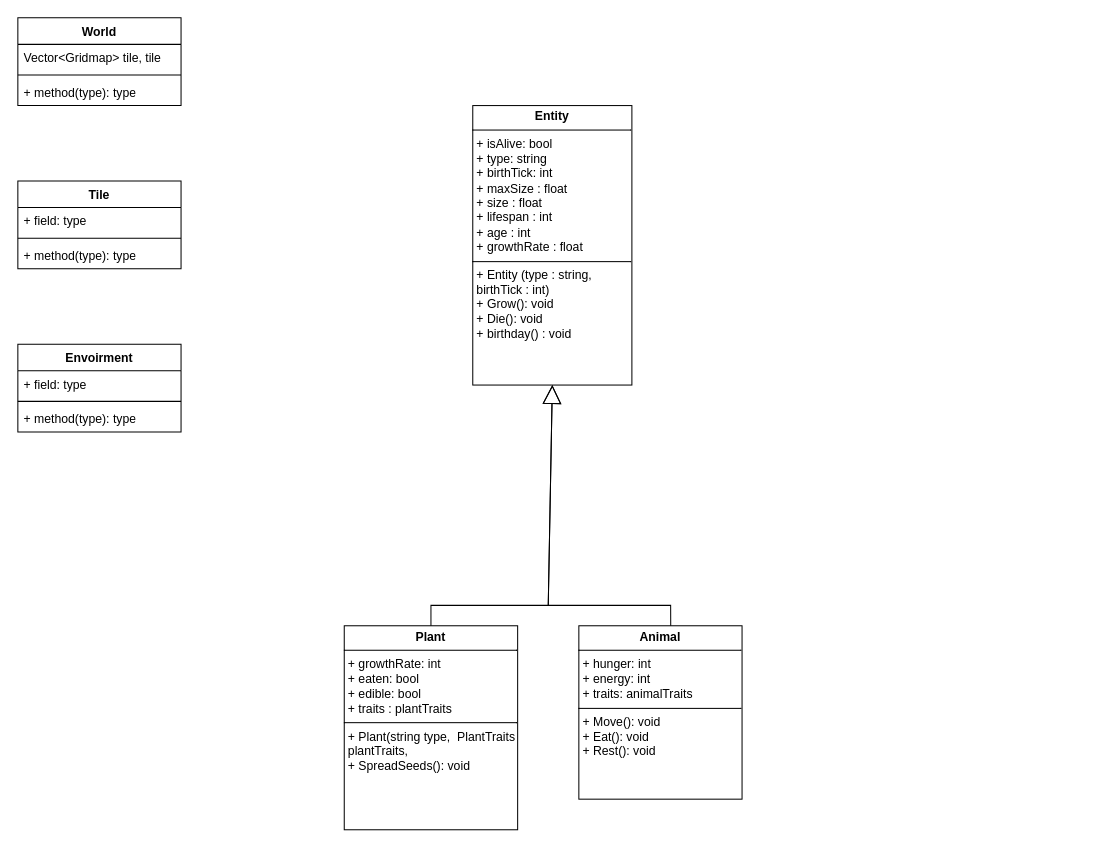
Above: Dagbesteding/C++/Ecosystem/Design/Class diagram ecosystem.drawio in Mythicies/Mythicies (draw.io), before the change. Source tidied: cells renumbered, new cells numbered last; positions are measured from the earlier drawing's top-left corner, leaving out a move shared by most shapes. Both pictures are drawn from the tidied source at 102%, with x=0, y=0 at pixel (17, 17).
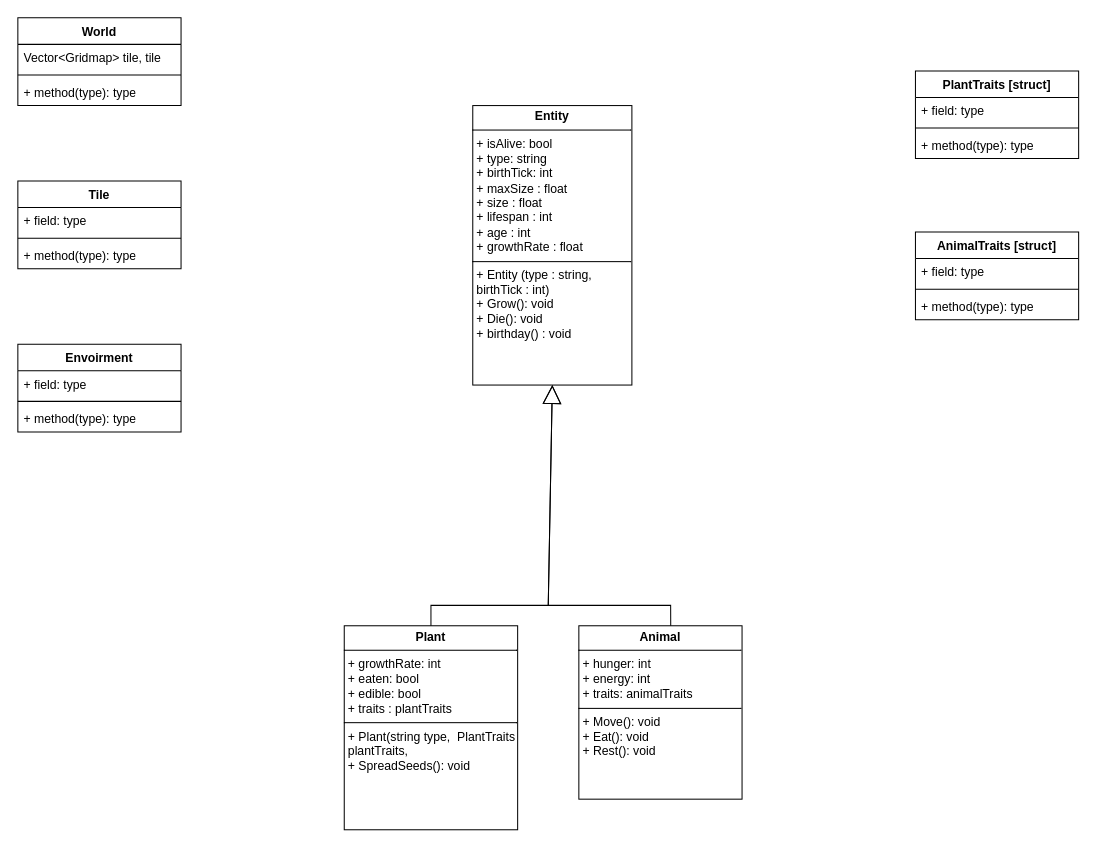
The same page after the edit.

Change to the diagram source:
```diff
@@
+    <mxCell id="19" value="PlantTraits [struct]" style="swimlane;fontStyle=1;align=center;verticalAlign=top;horizontal=1;startSize=26;whiteSpace=wrap;html=1;" parent="1" vertex="1">
+      <mxGeometry x="880" y="52" width="160" height="86" as="geometry" />
+    </mxCell>
+    <mxCell id="20" value="+ field: type" style="text;strokeColor=none;fillColor=none;align=left;verticalAlign=top;spacingLeft=4;spacingRight=4;overflow=hidden;whiteSpace=wrap;html=1;" parent="19" vertex="1">
+      <mxGeometry y="26" width="160" height="26" as="geometry" />
+    </mxCell>
+    <mxCell id="21" style="line;strokeWidth=1;fillColor=none;align=left;verticalAlign=middle;spacingTop=-1;spacingLeft=3;spacingRight=3;labelPosition=right;strokeColor=inherit;" parent="19" vertex="1">
+      <mxGeometry y="52" width="160" height="8" as="geometry" />
+    </mxCell>
+    <mxCell id="22" value="+ method(type): type" style="text;strokeColor=none;fillColor=none;align=left;verticalAlign=top;spacingLeft=4;spacingRight=4;overflow=hidden;whiteSpace=wrap;html=1;" parent="19" vertex="1">
+      <mxGeometry y="60" width="160" height="26" as="geometry" />
+    </mxCell>
+    <mxCell id="23" value="AnimalTraits [struct]&lt;div&gt;&lt;br&gt;&lt;/div&gt;" style="swimlane;fontStyle=1;align=center;verticalAlign=top;horizontal=1;startSize=26;whiteSpace=wrap;html=1;" parent="1" vertex="1">
+      <mxGeometry x="880" y="210" width="160" height="86" as="geometry" />
+    </mxCell>
+    <mxCell id="24" value="+ field: type" style="text;strokeColor=none;fillColor=none;align=left;verticalAlign=top;spacingLeft=4;spacingRight=4;overflow=hidden;whiteSpace=wrap;html=1;" parent="23" vertex="1">
+      <mxGeometry y="26" width="160" height="26" as="geometry" />
+    </mxCell>
+    <mxCell id="25" style="line;strokeWidth=1;fillColor=none;align=left;verticalAlign=middle;spacingTop=-1;spacingLeft=3;spacingRight=3;labelPosition=right;strokeColor=inherit;" parent="23" vertex="1">
+      <mxGeometry y="52" width="160" height="8" as="geometry" />
+    </mxCell>
+    <mxCell id="26" value="+ method(type): type" style="text;strokeColor=none;fillColor=none;align=left;verticalAlign=top;spacingLeft=4;spacingRight=4;overflow=hidden;whiteSpace=wrap;html=1;" parent="23" vertex="1">
+      <mxGeometry y="60" width="160" height="26" as="geometry" />
+    </mxCell>
```
